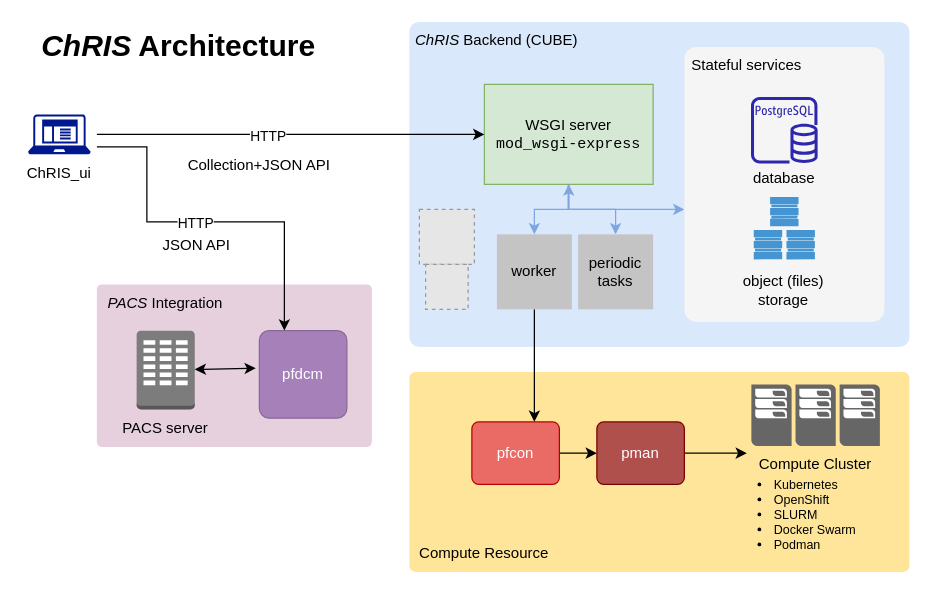
FNNDSC/CHRIS_docs keeps this draw.io diagram as images/ChRIS architecture.drawio. Above is the earlier version. Source tidied: cells renumbered, new cells numbered last; positions are measured from the earlier drawing's top-left corner, leaving out a move shared by most shapes. Both pictures are drawn from the tidied source at 125%, with x=0, y=0 at pixel (21, 21). Pictures stored in the file or linked from it are replaced by grey dashed boxes.
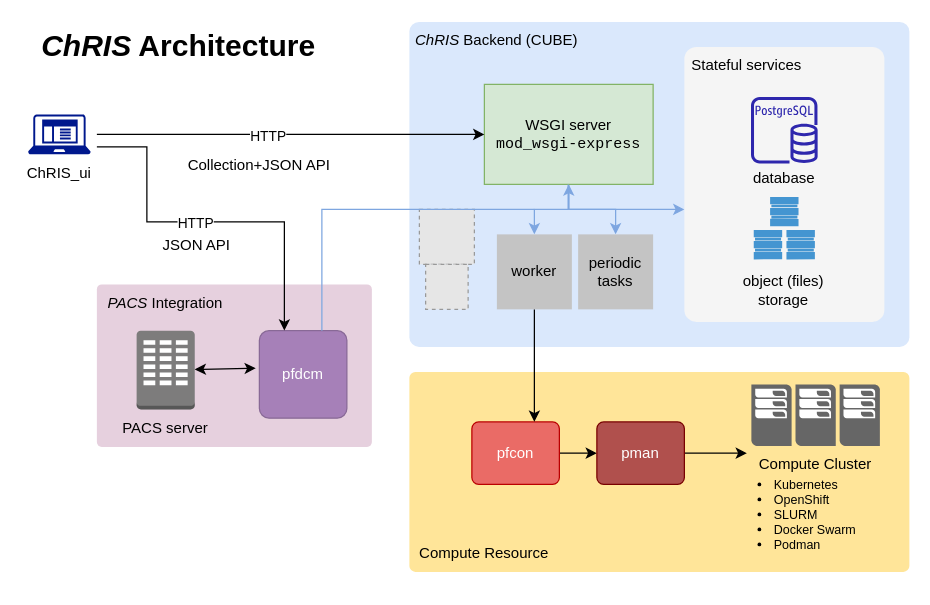
After the change.

The change refers to these unchanged cells:
```xml
<mxCell id="30" value="&lt;font color=&quot;#ffffff&quot;&gt;pfdcm&lt;/font&gt;" style="rounded=1;whiteSpace=wrap;html=1;fillColor=#A680B8;strokeColor=#886996;arcSize=11;" parent="27" vertex="1">
  <mxGeometry x="130" y="37" width="70" height="70" as="geometry" />
</mxCell>
```

The edit, as a diff of the source:
```diff
@@
+    <mxCell id="49" style="edgeStyle=orthogonalEdgeStyle;rounded=0;jettySize=auto;html=1;strokeColor=#7EA6E0;endArrow=none;endFill=0;" parent="1" edge="1" source="30">
+      <mxGeometry relative="1" as="geometry">
+        <mxPoint x="410" y="150" as="targetPoint" />
+        <Array as="points">
+          <mxPoint x="240" y="150" />
+        </Array>
+      </mxGeometry>
+    </mxCell>
```
